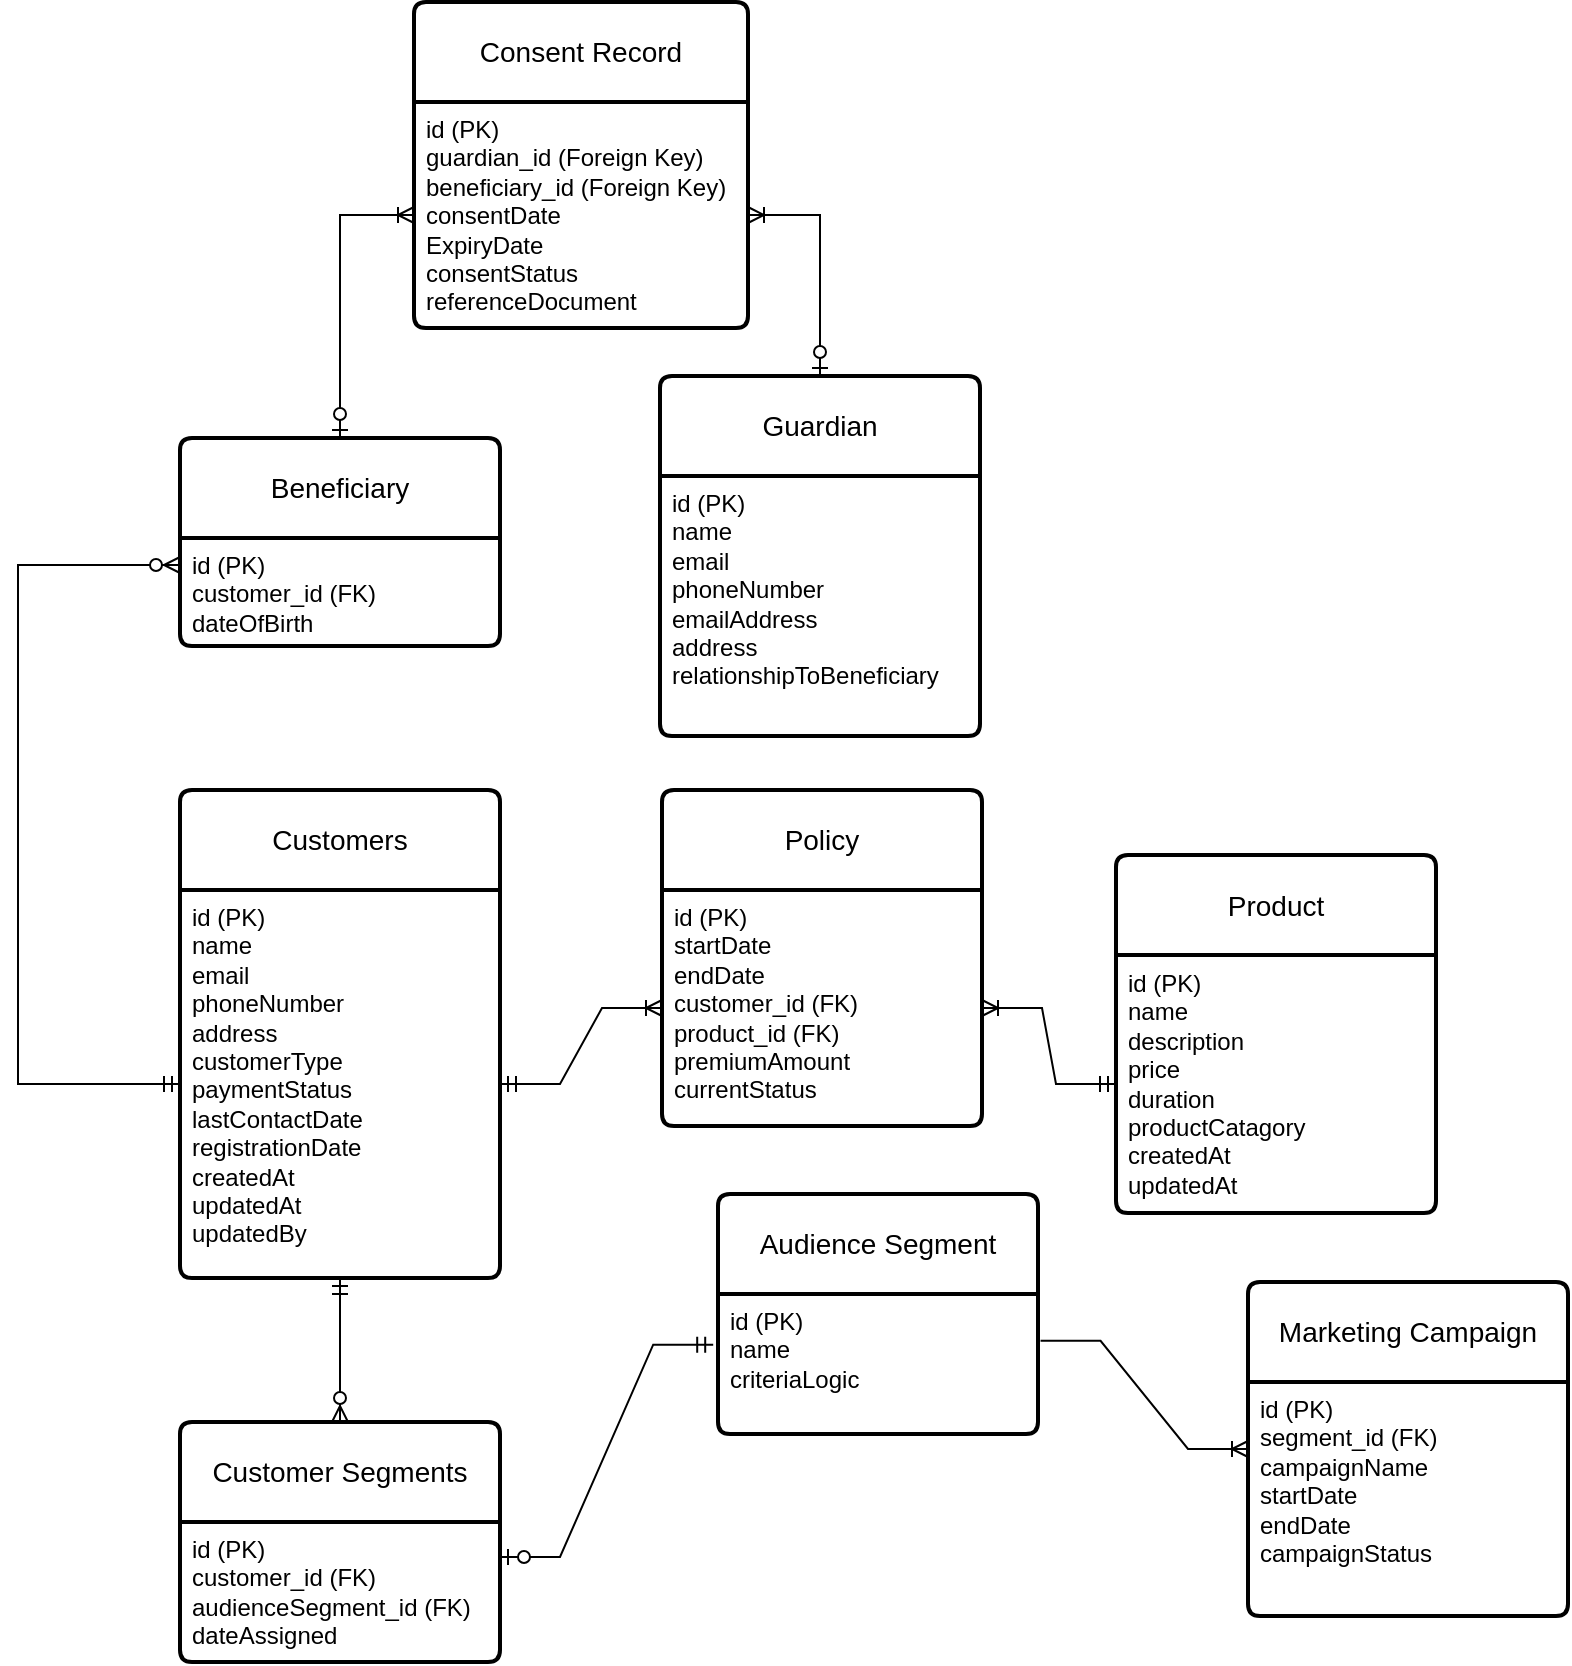
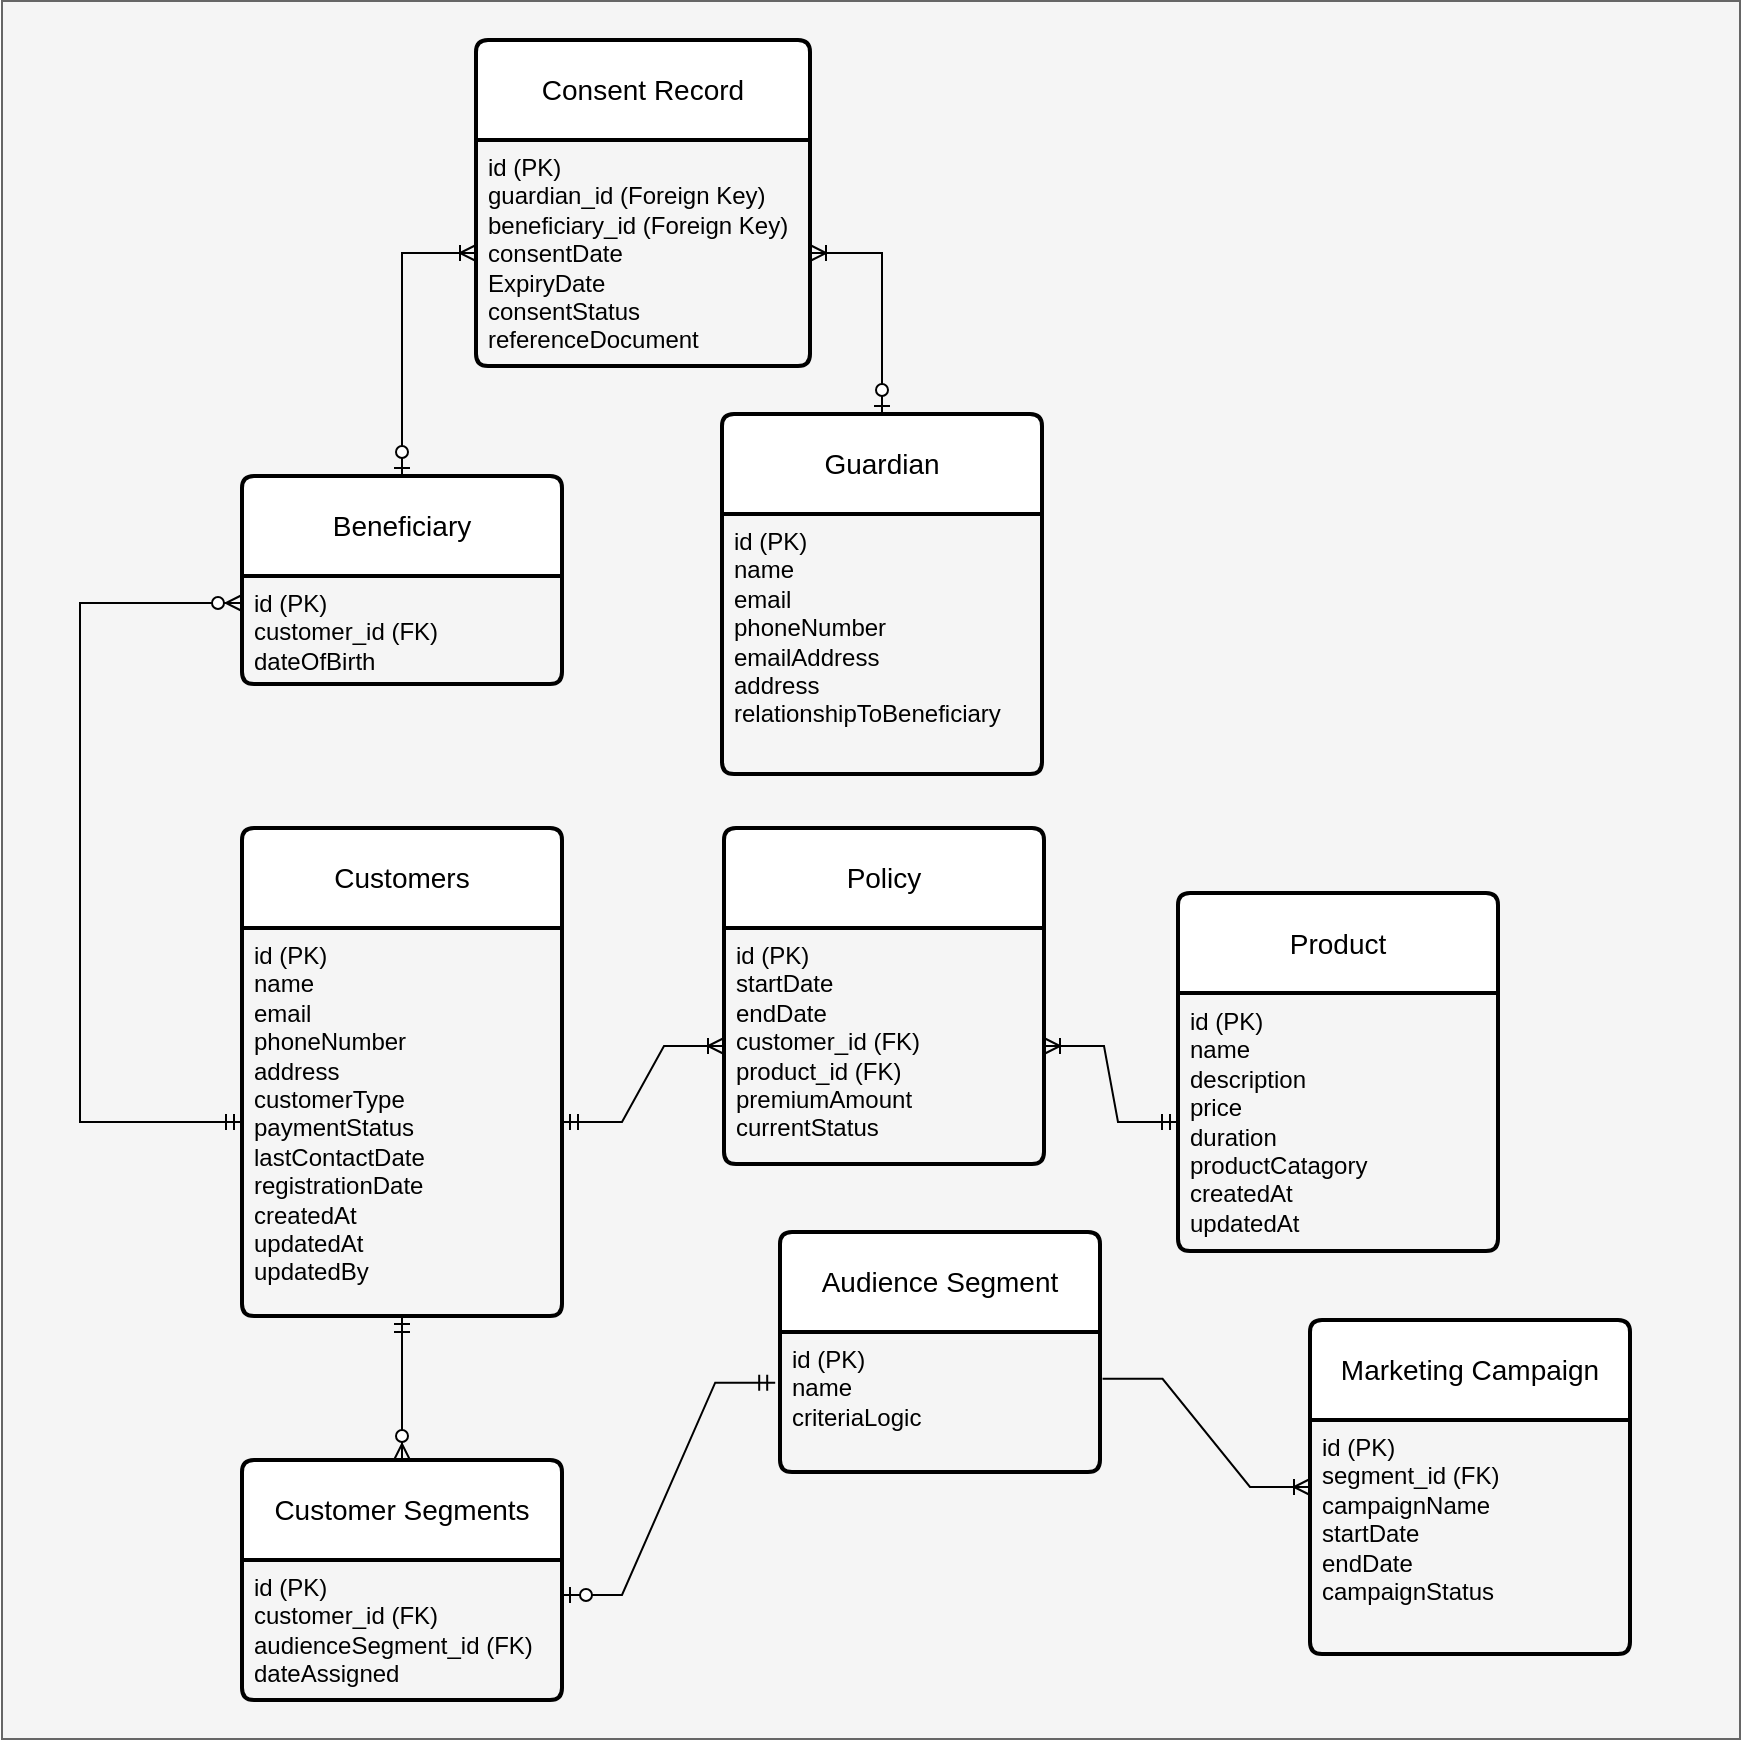
<mxfile host="app.diagrams.net" agent="5.0 (Macintosh; Intel Mac OS X 10_14_6) AppleWebKit/537.36 (KHTML, like Gecko) Chrome/83.0.4103.116 Safari/537.36">
  <diagram id="R2lEEEUBdFMjLlhIrx00" name="Page-1">
-     <mxGraphModel dx="1320" dy="1383" grid="0" gridSize="10" guides="1" tooltips="1" connect="1" arrows="1" fold="1" page="0" pageScale="1" pageWidth="850" pageHeight="1100" math="0" shadow="0" extFonts="Permanent Marker^https://fonts.googleapis.com/css?family=Permanent+Marker">
+     <mxGraphModel dx="1783" dy="1545" grid="0" gridSize="10" guides="1" tooltips="1" connect="1" arrows="1" fold="1" page="0" pageScale="1" pageWidth="850" pageHeight="1100" math="0" shadow="0" extFonts="Permanent Marker^https://fonts.googleapis.com/css?family=Permanent+Marker">
      <root>
        <mxCell id="0" />
        <mxCell id="1" parent="0" />
-         <mxCell id="dAdBnxP72XUMtryMGmO9-1" parent="1" style="swimlane;childLayout=stackLayout;horizontal=1;startSize=50;horizontalStack=0;rounded=1;fontSize=14;fontStyle=0;strokeWidth=2;resizeParent=0;resizeLast=1;shadow=0;dashed=0;align=center;arcSize=4;whiteSpace=wrap;html=1;" value="Customers" vertex="1">
-           <mxGeometry height="244" width="160" x="150" y="118" as="geometry" />
+         <mxCell id="6qt4zWRxZ_rjj44rNeHC-2" parent="1" style="whiteSpace=wrap;html=1;aspect=fixed;rounded=0;strokeColor=#666666;align=center;verticalAlign=middle;fontFamily=Helvetica;fontSize=12;fontColor=#333333;fillColor=#f5f5f5;" value="" vertex="1">
+           <mxGeometry height="869" width="869" x="120" y="-355.5" as="geometry" />
+         </mxCell>
+         <mxCell id="6qt4zWRxZ_rjj44rNeHC-1" connectable="0" parent="1" style="group" value="" vertex="1">
+           <mxGeometry height="830" width="775" x="159" y="-336" as="geometry" />
+         </mxCell>
+         <mxCell id="dAdBnxP72XUMtryMGmO9-1" parent="6qt4zWRxZ_rjj44rNeHC-1" style="swimlane;childLayout=stackLayout;horizontal=1;startSize=50;horizontalStack=0;rounded=1;fontSize=14;fontStyle=0;strokeWidth=2;resizeParent=0;resizeLast=1;shadow=0;dashed=0;align=center;arcSize=4;whiteSpace=wrap;html=1;" value="Customers" vertex="1">
+           <mxGeometry height="244" width="160" x="81" y="394" as="geometry" />
        </mxCell>
        <mxCell id="dAdBnxP72XUMtryMGmO9-2" parent="dAdBnxP72XUMtryMGmO9-1" style="align=left;strokeColor=none;fillColor=none;spacingLeft=4;spacingRight=4;fontSize=12;verticalAlign=top;resizable=0;rotatable=0;part=1;html=1;whiteSpace=wrap;" value="id (PK)&lt;div&gt;name&lt;/div&gt;&lt;div&gt;email&lt;/div&gt;&lt;div&gt;phoneNumber&lt;/div&gt;&lt;div&gt;address&lt;/div&gt;&lt;div&gt;customerType&lt;/div&gt;&lt;div&gt;paymentStatus&lt;/div&gt;&lt;div&gt;lastContactDate&lt;/div&gt;&lt;div&gt;registrationDate&lt;/div&gt;&lt;div&gt;createdAt&lt;/div&gt;&lt;div&gt;updatedAt&lt;/div&gt;&lt;div&gt;updatedBy&lt;/div&gt;" vertex="1">
          <mxGeometry height="194" width="160" y="50" as="geometry" />
        </mxCell>
-         <mxCell id="dAdBnxP72XUMtryMGmO9-4" parent="1" style="swimlane;childLayout=stackLayout;horizontal=1;startSize=50;horizontalStack=0;rounded=1;fontSize=14;fontStyle=0;strokeWidth=2;resizeParent=0;resizeLast=1;shadow=0;dashed=0;align=center;arcSize=4;whiteSpace=wrap;html=1;" value="Product" vertex="1">
-           <mxGeometry height="179" width="160" x="618" y="150.5" as="geometry" />
+         <mxCell id="dAdBnxP72XUMtryMGmO9-4" parent="6qt4zWRxZ_rjj44rNeHC-1" style="swimlane;childLayout=stackLayout;horizontal=1;startSize=50;horizontalStack=0;rounded=1;fontSize=14;fontStyle=0;strokeWidth=2;resizeParent=0;resizeLast=1;shadow=0;dashed=0;align=center;arcSize=4;whiteSpace=wrap;html=1;" value="Product" vertex="1">
+           <mxGeometry height="179" width="160" x="549" y="426.5" as="geometry" />
        </mxCell>
        <mxCell id="dAdBnxP72XUMtryMGmO9-5" parent="dAdBnxP72XUMtryMGmO9-4" style="align=left;strokeColor=none;fillColor=none;spacingLeft=4;spacingRight=4;fontSize=12;verticalAlign=top;resizable=0;rotatable=0;part=1;html=1;whiteSpace=wrap;" value="id (PK)&lt;div&gt;name&lt;/div&gt;&lt;div&gt;description&lt;br&gt;&lt;div&gt;price&lt;/div&gt;&lt;div&gt;duration&lt;/div&gt;&lt;div&gt;productCatagory&lt;/div&gt;&lt;div&gt;createdAt&lt;/div&gt;&lt;/div&gt;&lt;div&gt;updatedAt&lt;/div&gt;" vertex="1">
          <mxGeometry height="129" width="160" y="50" as="geometry" />
        </mxCell>
-         <mxCell id="dAdBnxP72XUMtryMGmO9-12" parent="1" style="swimlane;childLayout=stackLayout;horizontal=1;startSize=50;horizontalStack=0;rounded=1;fontSize=14;fontStyle=0;strokeWidth=2;resizeParent=0;resizeLast=1;shadow=0;dashed=0;align=center;arcSize=4;whiteSpace=wrap;html=1;" value="Policy" vertex="1">
-           <mxGeometry height="168" width="160" x="391" y="118" as="geometry" />
+         <mxCell id="dAdBnxP72XUMtryMGmO9-12" parent="6qt4zWRxZ_rjj44rNeHC-1" style="swimlane;childLayout=stackLayout;horizontal=1;startSize=50;horizontalStack=0;rounded=1;fontSize=14;fontStyle=0;strokeWidth=2;resizeParent=0;resizeLast=1;shadow=0;dashed=0;align=center;arcSize=4;whiteSpace=wrap;html=1;" value="Policy" vertex="1">
+           <mxGeometry height="168" width="160" x="322" y="394" as="geometry" />
        </mxCell>
        <mxCell id="dAdBnxP72XUMtryMGmO9-13" parent="dAdBnxP72XUMtryMGmO9-12" style="align=left;strokeColor=none;fillColor=none;spacingLeft=4;spacingRight=4;fontSize=12;verticalAlign=top;resizable=0;rotatable=0;part=1;html=1;whiteSpace=wrap;" value="id (PK)&lt;div&gt;startDate&lt;/div&gt;&lt;div&gt;endDate&lt;/div&gt;&lt;div&gt;customer_id (FK)&lt;/div&gt;&lt;div&gt;product_id (FK)&lt;/div&gt;&lt;div&gt;premiumAmount&lt;/div&gt;&lt;div&gt;currentStatus&lt;/div&gt;" vertex="1">
          <mxGeometry height="118" width="160" y="50" as="geometry" />
        </mxCell>
-         <mxCell id="dAdBnxP72XUMtryMGmO9-16" parent="1" style="swimlane;childLayout=stackLayout;horizontal=1;startSize=50;horizontalStack=0;rounded=1;fontSize=14;fontStyle=0;strokeWidth=2;resizeParent=0;resizeLast=1;shadow=0;dashed=0;align=center;arcSize=4;whiteSpace=wrap;html=1;" value="Beneficiary" vertex="1">
-           <mxGeometry height="104" width="160" x="150" y="-58" as="geometry" />
+         <mxCell id="dAdBnxP72XUMtryMGmO9-16" parent="6qt4zWRxZ_rjj44rNeHC-1" style="swimlane;childLayout=stackLayout;horizontal=1;startSize=50;horizontalStack=0;rounded=1;fontSize=14;fontStyle=0;strokeWidth=2;resizeParent=0;resizeLast=1;shadow=0;dashed=0;align=center;arcSize=4;whiteSpace=wrap;html=1;" value="Beneficiary" vertex="1">
+           <mxGeometry height="104" width="160" x="81" y="218" as="geometry" />
        </mxCell>
        <mxCell id="dAdBnxP72XUMtryMGmO9-17" parent="dAdBnxP72XUMtryMGmO9-16" style="align=left;strokeColor=none;fillColor=none;spacingLeft=4;spacingRight=4;fontSize=12;verticalAlign=top;resizable=0;rotatable=0;part=1;html=1;whiteSpace=wrap;" value="id (PK)&lt;div&gt;customer_id (FK)&lt;br&gt;&lt;div&gt;dateOfBirth&lt;/div&gt;&lt;/div&gt;" vertex="1">
          <mxGeometry height="54" width="160" y="50" as="geometry" />
        </mxCell>
-         <mxCell id="dAdBnxP72XUMtryMGmO9-18" parent="1" style="swimlane;childLayout=stackLayout;horizontal=1;startSize=50;horizontalStack=0;rounded=1;fontSize=14;fontStyle=0;strokeWidth=2;resizeParent=0;resizeLast=1;shadow=0;dashed=0;align=center;arcSize=4;whiteSpace=wrap;html=1;" value="Guardian" vertex="1">
-           <mxGeometry height="180" width="160" x="390" y="-89" as="geometry" />
+         <mxCell id="dAdBnxP72XUMtryMGmO9-18" parent="6qt4zWRxZ_rjj44rNeHC-1" style="swimlane;childLayout=stackLayout;horizontal=1;startSize=50;horizontalStack=0;rounded=1;fontSize=14;fontStyle=0;strokeWidth=2;resizeParent=0;resizeLast=1;shadow=0;dashed=0;align=center;arcSize=4;whiteSpace=wrap;html=1;" value="Guardian" vertex="1">
+           <mxGeometry height="180" width="160" x="321" y="187" as="geometry" />
        </mxCell>
        <mxCell id="dAdBnxP72XUMtryMGmO9-19" parent="dAdBnxP72XUMtryMGmO9-18" style="align=left;strokeColor=none;fillColor=none;spacingLeft=4;spacingRight=4;fontSize=12;verticalAlign=top;resizable=0;rotatable=0;part=1;html=1;whiteSpace=wrap;" value="id (PK)&lt;div&gt;&lt;div&gt;name&lt;/div&gt;&lt;div&gt;email&lt;/div&gt;&lt;div&gt;phoneNumber&lt;/div&gt;&lt;div&gt;emailAddress&lt;/div&gt;&lt;div&gt;address&lt;/div&gt;&lt;div&gt;relationshipToBeneficiary&lt;/div&gt;&lt;/div&gt;" vertex="1">
          <mxGeometry height="130" width="160" y="50" as="geometry" />
        </mxCell>
-         <mxCell id="dAdBnxP72XUMtryMGmO9-29" edge="1" parent="1" source="dAdBnxP72XUMtryMGmO9-2" style="fontSize=12;html=1;endArrow=ERzeroToMany;startArrow=ERmandOne;rounded=0;exitX=0;exitY=0.5;exitDx=0;exitDy=0;entryX=0;entryY=0.25;entryDx=0;entryDy=0;edgeStyle=elbowEdgeStyle;elbow=vertical;" target="dAdBnxP72XUMtryMGmO9-17" value="">
+         <mxCell id="dAdBnxP72XUMtryMGmO9-29" edge="1" parent="6qt4zWRxZ_rjj44rNeHC-1" source="dAdBnxP72XUMtryMGmO9-2" style="fontSize=12;html=1;endArrow=ERzeroToMany;startArrow=ERmandOne;rounded=0;exitX=0;exitY=0.5;exitDx=0;exitDy=0;entryX=0;entryY=0.25;entryDx=0;entryDy=0;edgeStyle=elbowEdgeStyle;elbow=vertical;" target="dAdBnxP72XUMtryMGmO9-17" value="">
          <mxGeometry height="100" relative="1" width="100" as="geometry">
            <Array as="points">
-               <mxPoint x="69" y="87" />
+               <mxPoint y="363" />
            </Array>
-             <mxPoint x="117" y="285.97" as="sourcePoint" />
-             <mxPoint x="116.36000000000001" y="-80.89800000000005" as="targetPoint" />
+             <mxPoint x="48" y="561.97" as="sourcePoint" />
+             <mxPoint x="47.360000000000014" y="195.10199999999995" as="targetPoint" />
          </mxGeometry>
        </mxCell>
-         <mxCell id="dAdBnxP72XUMtryMGmO9-30" parent="1" style="swimlane;childLayout=stackLayout;horizontal=1;startSize=50;horizontalStack=0;rounded=1;fontSize=14;fontStyle=0;strokeWidth=2;resizeParent=0;resizeLast=1;shadow=0;dashed=0;align=center;arcSize=4;whiteSpace=wrap;html=1;" value="Consent Record" vertex="1">
-           <mxGeometry height="163" width="167" x="267" y="-276" as="geometry" />
+         <mxCell id="dAdBnxP72XUMtryMGmO9-30" parent="6qt4zWRxZ_rjj44rNeHC-1" style="swimlane;childLayout=stackLayout;horizontal=1;startSize=50;horizontalStack=0;rounded=1;fontSize=14;fontStyle=0;strokeWidth=2;resizeParent=0;resizeLast=1;shadow=0;dashed=0;align=center;arcSize=4;whiteSpace=wrap;html=1;" value="Consent Record" vertex="1">
+           <mxGeometry height="163" width="167" x="198" as="geometry" />
        </mxCell>
        <mxCell id="dAdBnxP72XUMtryMGmO9-31" parent="dAdBnxP72XUMtryMGmO9-30" style="align=left;strokeColor=none;fillColor=none;spacingLeft=4;spacingRight=4;fontSize=12;verticalAlign=top;resizable=0;rotatable=0;part=1;html=1;whiteSpace=wrap;" value="&lt;div&gt;id (PK)&lt;/div&gt;&lt;div&gt;guardian_id (Foreign Key)&lt;/div&gt;&lt;div&gt;beneficiary_id (Foreign Key)&lt;/div&gt;&lt;div&gt;consentDate&lt;/div&gt;&lt;div&gt;ExpiryDate&lt;/div&gt;&lt;div&gt;consentStatus&lt;/div&gt;&lt;div&gt;referenceDocument&lt;/div&gt;" vertex="1">
          <mxGeometry height="113" width="167" y="50" as="geometry" />
        </mxCell>
-         <mxCell id="dAdBnxP72XUMtryMGmO9-35" edge="1" parent="1" source="dAdBnxP72XUMtryMGmO9-18" style="fontSize=12;html=1;endArrow=ERoneToMany;startArrow=ERzeroToOne;rounded=0;exitX=0.5;exitY=0;exitDx=0;exitDy=0;edgeStyle=orthogonalEdgeStyle;entryX=1;entryY=0.5;entryDx=0;entryDy=0;" target="dAdBnxP72XUMtryMGmO9-31" value="">
+         <mxCell id="dAdBnxP72XUMtryMGmO9-35" edge="1" parent="6qt4zWRxZ_rjj44rNeHC-1" source="dAdBnxP72XUMtryMGmO9-18" style="fontSize=12;html=1;endArrow=ERoneToMany;startArrow=ERzeroToOne;rounded=0;exitX=0.5;exitY=0;exitDx=0;exitDy=0;edgeStyle=orthogonalEdgeStyle;entryX=1;entryY=0.5;entryDx=0;entryDy=0;" target="dAdBnxP72XUMtryMGmO9-31" value="">
          <mxGeometry height="100" relative="1" width="100" as="geometry">
-             <mxPoint x="519.83" y="-173.7" as="sourcePoint" />
-             <mxPoint x="476" y="-213" as="targetPoint" />
+             <mxPoint x="450.83000000000004" y="102.30000000000001" as="sourcePoint" />
+             <mxPoint x="407" y="63" as="targetPoint" />
          </mxGeometry>
        </mxCell>
-         <mxCell id="dAdBnxP72XUMtryMGmO9-37" edge="1" parent="1" source="dAdBnxP72XUMtryMGmO9-16" style="edgeStyle=orthogonalEdgeStyle;fontSize=12;html=1;endArrow=ERoneToMany;startArrow=ERzeroToOne;rounded=0;exitX=0.5;exitY=0;exitDx=0;exitDy=0;entryX=0;entryY=0.5;entryDx=0;entryDy=0;" target="dAdBnxP72XUMtryMGmO9-31" value="">
+         <mxCell id="dAdBnxP72XUMtryMGmO9-37" edge="1" parent="6qt4zWRxZ_rjj44rNeHC-1" source="dAdBnxP72XUMtryMGmO9-16" style="edgeStyle=orthogonalEdgeStyle;fontSize=12;html=1;endArrow=ERoneToMany;startArrow=ERzeroToOne;rounded=0;exitX=0.5;exitY=0;exitDx=0;exitDy=0;entryX=0;entryY=0.5;entryDx=0;entryDy=0;" target="dAdBnxP72XUMtryMGmO9-31" value="">
          <mxGeometry height="100" relative="1" width="100" as="geometry">
-             <mxPoint x="106" y="-134" as="sourcePoint" />
-             <mxPoint x="206" y="-234" as="targetPoint" />
+             <mxPoint x="37" y="142" as="sourcePoint" />
+             <mxPoint x="137" y="42" as="targetPoint" />
          </mxGeometry>
        </mxCell>
-         <mxCell id="dAdBnxP72XUMtryMGmO9-40" edge="1" parent="1" source="dAdBnxP72XUMtryMGmO9-2" style="edgeStyle=entityRelationEdgeStyle;fontSize=12;html=1;endArrow=ERoneToMany;startArrow=ERmandOne;rounded=0;entryX=0;entryY=0.5;entryDx=0;entryDy=0;exitX=1;exitY=0.5;exitDx=0;exitDy=0;" target="dAdBnxP72XUMtryMGmO9-13" value="">
+         <mxCell id="dAdBnxP72XUMtryMGmO9-40" edge="1" parent="6qt4zWRxZ_rjj44rNeHC-1" source="dAdBnxP72XUMtryMGmO9-2" style="edgeStyle=entityRelationEdgeStyle;fontSize=12;html=1;endArrow=ERoneToMany;startArrow=ERmandOne;rounded=0;entryX=0;entryY=0.5;entryDx=0;entryDy=0;exitX=1;exitY=0.5;exitDx=0;exitDy=0;" target="dAdBnxP72XUMtryMGmO9-13" value="">
          <mxGeometry height="100" relative="1" width="100" as="geometry">
-             <mxPoint x="345" y="440" as="sourcePoint" />
-             <mxPoint x="445" y="340" as="targetPoint" />
+             <mxPoint x="276" y="716" as="sourcePoint" />
+             <mxPoint x="376" y="616" as="targetPoint" />
          </mxGeometry>
        </mxCell>
-         <mxCell id="dAdBnxP72XUMtryMGmO9-41" edge="1" parent="1" source="dAdBnxP72XUMtryMGmO9-5" style="edgeStyle=entityRelationEdgeStyle;fontSize=12;html=1;endArrow=ERoneToMany;startArrow=ERmandOne;rounded=0;entryX=1;entryY=0.5;entryDx=0;entryDy=0;exitX=0;exitY=0.5;exitDx=0;exitDy=0;" target="dAdBnxP72XUMtryMGmO9-13" value="">
+         <mxCell id="dAdBnxP72XUMtryMGmO9-41" edge="1" parent="6qt4zWRxZ_rjj44rNeHC-1" source="dAdBnxP72XUMtryMGmO9-5" style="edgeStyle=entityRelationEdgeStyle;fontSize=12;html=1;endArrow=ERoneToMany;startArrow=ERmandOne;rounded=0;entryX=1;entryY=0.5;entryDx=0;entryDy=0;exitX=0;exitY=0.5;exitDx=0;exitDy=0;" target="dAdBnxP72XUMtryMGmO9-13" value="">
          <mxGeometry height="100" relative="1" width="100" as="geometry">
-             <mxPoint x="501" y="362" as="sourcePoint" />
-             <mxPoint x="601" y="262" as="targetPoint" />
+             <mxPoint x="432" y="638" as="sourcePoint" />
+             <mxPoint x="532" y="538" as="targetPoint" />
          </mxGeometry>
        </mxCell>
-         <mxCell id="dAdBnxP72XUMtryMGmO9-43" parent="1" style="swimlane;childLayout=stackLayout;horizontal=1;startSize=50;horizontalStack=0;rounded=1;fontSize=14;fontStyle=0;strokeWidth=2;resizeParent=0;resizeLast=1;shadow=0;dashed=0;align=center;arcSize=4;whiteSpace=wrap;html=1;" value="Audience Segment" vertex="1">
-           <mxGeometry height="120" width="160" x="419" y="320" as="geometry" />
+         <mxCell id="dAdBnxP72XUMtryMGmO9-43" parent="6qt4zWRxZ_rjj44rNeHC-1" style="swimlane;childLayout=stackLayout;horizontal=1;startSize=50;horizontalStack=0;rounded=1;fontSize=14;fontStyle=0;strokeWidth=2;resizeParent=0;resizeLast=1;shadow=0;dashed=0;align=center;arcSize=4;whiteSpace=wrap;html=1;" value="Audience Segment" vertex="1">
+           <mxGeometry height="120" width="160" x="350" y="596" as="geometry" />
        </mxCell>
        <mxCell id="dAdBnxP72XUMtryMGmO9-44" parent="dAdBnxP72XUMtryMGmO9-43" style="align=left;strokeColor=none;fillColor=none;spacingLeft=4;spacingRight=4;fontSize=12;verticalAlign=top;resizable=0;rotatable=0;part=1;html=1;whiteSpace=wrap;" value="id (PK)&lt;div&gt;name&lt;/div&gt;&lt;div&gt;criteriaLogic&lt;/div&gt;" vertex="1">
          <mxGeometry height="70" width="160" y="50" as="geometry" />
        </mxCell>
-         <mxCell id="dAdBnxP72XUMtryMGmO9-45" parent="1" style="swimlane;childLayout=stackLayout;horizontal=1;startSize=50;horizontalStack=0;rounded=1;fontSize=14;fontStyle=0;strokeWidth=2;resizeParent=0;resizeLast=1;shadow=0;dashed=0;align=center;arcSize=4;whiteSpace=wrap;html=1;" value="Customer Segments" vertex="1">
-           <mxGeometry height="120" width="160" x="150" y="434" as="geometry" />
+         <mxCell id="dAdBnxP72XUMtryMGmO9-45" parent="6qt4zWRxZ_rjj44rNeHC-1" style="swimlane;childLayout=stackLayout;horizontal=1;startSize=50;horizontalStack=0;rounded=1;fontSize=14;fontStyle=0;strokeWidth=2;resizeParent=0;resizeLast=1;shadow=0;dashed=0;align=center;arcSize=4;whiteSpace=wrap;html=1;" value="Customer Segments" vertex="1">
+           <mxGeometry height="120" width="160" x="81" y="710" as="geometry" />
        </mxCell>
        <mxCell id="dAdBnxP72XUMtryMGmO9-46" parent="dAdBnxP72XUMtryMGmO9-45" style="align=left;strokeColor=none;fillColor=none;spacingLeft=4;spacingRight=4;fontSize=12;verticalAlign=top;resizable=0;rotatable=0;part=1;html=1;whiteSpace=wrap;" value="&lt;div&gt;id (PK)&lt;/div&gt;customer_id (FK)&lt;div&gt;audienceSegment_id (FK)&lt;/div&gt;&lt;div&gt;dateAssigned&lt;/div&gt;" vertex="1">
          <mxGeometry height="70" width="160" y="50" as="geometry" />
        </mxCell>
-         <mxCell id="dAdBnxP72XUMtryMGmO9-53" edge="1" parent="1" source="dAdBnxP72XUMtryMGmO9-2" style="fontSize=12;html=1;endArrow=ERzeroToMany;startArrow=ERmandOne;rounded=0;exitX=0.5;exitY=1;exitDx=0;exitDy=0;entryX=0.5;entryY=0;entryDx=0;entryDy=0;elbow=vertical;" target="dAdBnxP72XUMtryMGmO9-45" value="">
+         <mxCell id="dAdBnxP72XUMtryMGmO9-53" edge="1" parent="6qt4zWRxZ_rjj44rNeHC-1" source="dAdBnxP72XUMtryMGmO9-2" style="fontSize=12;html=1;endArrow=ERzeroToMany;startArrow=ERmandOne;rounded=0;exitX=0.5;exitY=1;exitDx=0;exitDy=0;entryX=0.5;entryY=0;entryDx=0;entryDy=0;elbow=vertical;" target="dAdBnxP72XUMtryMGmO9-45" value="">
          <mxGeometry height="100" relative="1" width="100" as="geometry">
-             <mxPoint x="376" y="486" as="sourcePoint" />
-             <mxPoint x="426" y="432" as="targetPoint" />
+             <mxPoint x="307" y="762" as="sourcePoint" />
+             <mxPoint x="357" y="708" as="targetPoint" />
          </mxGeometry>
        </mxCell>
-         <mxCell id="dAdBnxP72XUMtryMGmO9-54" edge="1" parent="1" source="dAdBnxP72XUMtryMGmO9-44" style="edgeStyle=entityRelationEdgeStyle;fontSize=12;html=1;endArrow=ERzeroToOne;startArrow=ERmandOne;rounded=0;entryX=1;entryY=0.25;entryDx=0;entryDy=0;exitX=-0.015;exitY=0.362;exitDx=0;exitDy=0;exitPerimeter=0;" target="dAdBnxP72XUMtryMGmO9-46" value="">
+         <mxCell id="dAdBnxP72XUMtryMGmO9-54" edge="1" parent="6qt4zWRxZ_rjj44rNeHC-1" source="dAdBnxP72XUMtryMGmO9-44" style="edgeStyle=entityRelationEdgeStyle;fontSize=12;html=1;endArrow=ERzeroToOne;startArrow=ERmandOne;rounded=0;entryX=1;entryY=0.25;entryDx=0;entryDy=0;exitX=-0.015;exitY=0.362;exitDx=0;exitDy=0;exitPerimeter=0;" target="dAdBnxP72XUMtryMGmO9-46" value="">
          <mxGeometry height="100" relative="1" width="100" as="geometry">
-             <mxPoint x="112" y="633" as="sourcePoint" />
-             <mxPoint x="212" y="533" as="targetPoint" />
+             <mxPoint x="43" y="909" as="sourcePoint" />
+             <mxPoint x="143" y="809" as="targetPoint" />
          </mxGeometry>
        </mxCell>
-         <mxCell id="dAdBnxP72XUMtryMGmO9-55" parent="1" style="swimlane;childLayout=stackLayout;horizontal=1;startSize=50;horizontalStack=0;rounded=1;fontSize=14;fontStyle=0;strokeWidth=2;resizeParent=0;resizeLast=1;shadow=0;dashed=0;align=center;arcSize=4;whiteSpace=wrap;html=1;" value="Marketing Campaign" vertex="1">
-           <mxGeometry height="167" width="160" x="684" y="364" as="geometry" />
+         <mxCell id="dAdBnxP72XUMtryMGmO9-55" parent="6qt4zWRxZ_rjj44rNeHC-1" style="swimlane;childLayout=stackLayout;horizontal=1;startSize=50;horizontalStack=0;rounded=1;fontSize=14;fontStyle=0;strokeWidth=2;resizeParent=0;resizeLast=1;shadow=0;dashed=0;align=center;arcSize=4;whiteSpace=wrap;html=1;" value="Marketing Campaign" vertex="1">
+           <mxGeometry height="167" width="160" x="615" y="640" as="geometry" />
        </mxCell>
        <mxCell id="dAdBnxP72XUMtryMGmO9-56" parent="dAdBnxP72XUMtryMGmO9-55" style="align=left;strokeColor=none;fillColor=none;spacingLeft=4;spacingRight=4;fontSize=12;verticalAlign=top;resizable=0;rotatable=0;part=1;html=1;whiteSpace=wrap;" value="id (PK)&lt;div&gt;segment_id (FK)&lt;div&gt;&lt;div&gt;campaignName&lt;/div&gt;&lt;div&gt;startDate&lt;/div&gt;&lt;div&gt;endDate&lt;/div&gt;&lt;div&gt;campaignStatus&lt;/div&gt;&lt;/div&gt;&lt;/div&gt;" vertex="1">
          <mxGeometry height="117" width="160" y="50" as="geometry" />
        </mxCell>
-         <mxCell id="dAdBnxP72XUMtryMGmO9-57" edge="1" parent="1" source="dAdBnxP72XUMtryMGmO9-44" style="fontSize=12;html=1;endArrow=ERoneToMany;rounded=0;entryX=0;entryY=0.5;entryDx=0;entryDy=0;exitX=1.008;exitY=0.334;exitDx=0;exitDy=0;exitPerimeter=0;edgeStyle=entityRelationEdgeStyle;" target="dAdBnxP72XUMtryMGmO9-55" value="">
+         <mxCell id="dAdBnxP72XUMtryMGmO9-57" edge="1" parent="6qt4zWRxZ_rjj44rNeHC-1" source="dAdBnxP72XUMtryMGmO9-44" style="fontSize=12;html=1;endArrow=ERoneToMany;rounded=0;entryX=0;entryY=0.5;entryDx=0;entryDy=0;exitX=1.008;exitY=0.334;exitDx=0;exitDy=0;exitPerimeter=0;edgeStyle=entityRelationEdgeStyle;" target="dAdBnxP72XUMtryMGmO9-55" value="">
          <mxGeometry height="100" relative="1" width="100" as="geometry">
-             <mxPoint x="-191" y="522" as="sourcePoint" />
-             <mxPoint x="-91" y="422" as="targetPoint" />
+             <mxPoint x="-260" y="798" as="sourcePoint" />
+             <mxPoint x="-160" y="698" as="targetPoint" />
          </mxGeometry>
        </mxCell>
      </root>
    </mxGraphModel>
  </diagram>
</mxfile>
